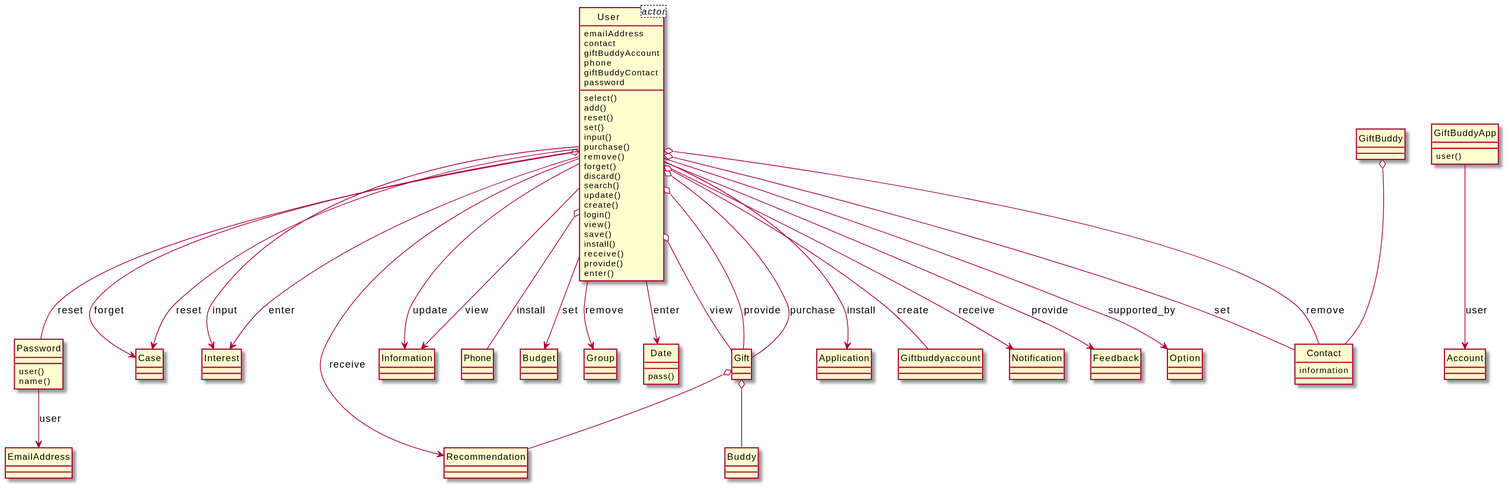
The PlantUML diagram output/diagram_5/2019-USC-Project12.svg in xixixhalu/DomainModelExtractor, before a commit.
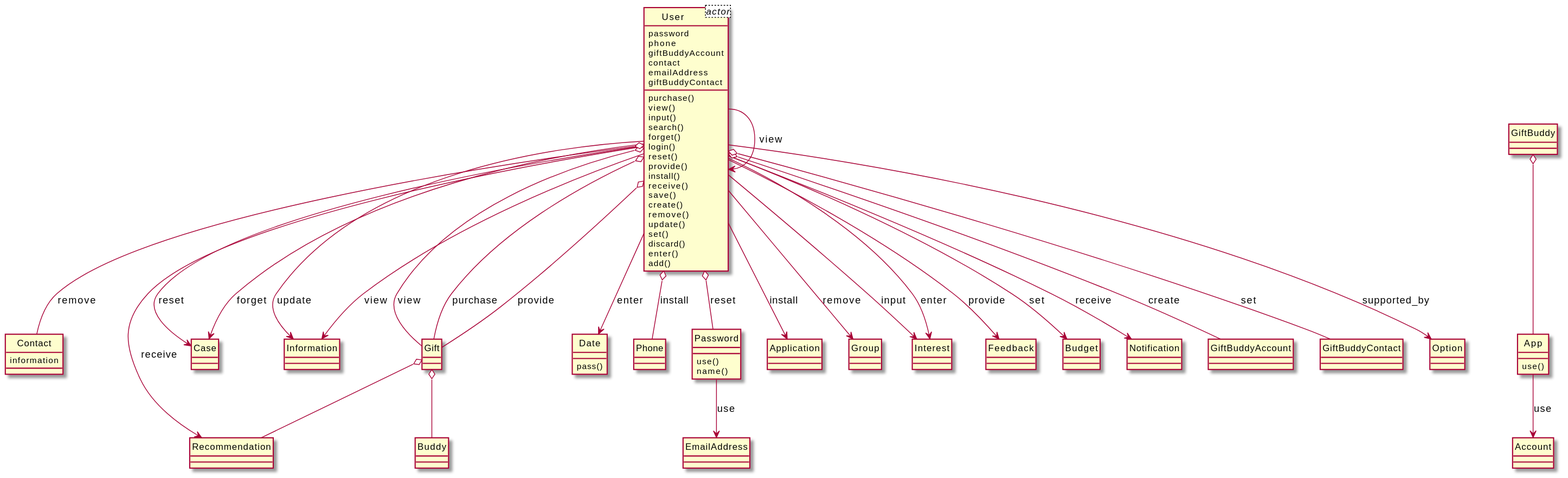
Later version of the same file.

Diff of the diagram source:
```diff
@@ -1,106 +1,108 @@
 @startuml
 hide circle
 class User<actor> {
+	password
+	phone
+	giftBuddyAccount
+	contact
 	emailAddress
-	contact
-	giftBuddyAccount
-	phone
 	giftBuddyContact
-	password
 }
 class Contact {
 	information
 }
 class Buddy {
 }
+class App {
+	use()
+}
 class Recommendation {
 }
 class User {
-	select()
-	add()
+	purchase()
+	view()
+	input()
+	search()
+	forget()
+	login()
 	reset()
-	set()
-	input()
-	purchase()
-	remove()
-	forget()
-	discard()
-	search()
-	update()
-	create()
-	login()
-	view()
-	save()
+	provide()
 	install()
 	receive()
-	provide()
+	save()
+	create()
+	remove()
+	update()
+	set()
+	discard()
 	enter()
+	add()
 }
 class Case {
 }
-class Interest {
+class Information {
 }
-class Password {
-	user()
-	name()
-}
-class GiftBuddyApp {
-	user()
+class Gift {
 }
 class Account {
-}
-class Information {
-}
-class Phone {
-}
-class Budget {
-}
-class Group {
 }
 class Date {
 	pass()
 }
-class Gift {
+class Phone {
+}
+class Password {
+	use()
+	name()
 }
 class Application {
 }
 class EmailAddress {
 }
-class Giftbuddyaccount {
+class Group {
+}
+class Interest {
+}
+class Feedback {
+}
+class Budget {
 }
 class Notification {
 }
-class Feedback {
+class GiftBuddyAccount {
+}
+class GiftBuddyContact {
+}
+class GiftBuddy {
 }
 class Option {
 }
-class GiftBuddy {
-}
+User --> Case : reset
+User --> Interest : input
+User --> Date : enter
+App --> Account : use
+User --> Budget : set
+User --> Recommendation : receive
+User o-- Phone : install
+User --> Notification : receive
+User o-- Password : reset
+User o-- GiftBuddyAccount : create
+User o-- Gift : view
+User --> Information : update
+User o-- GiftBuddyContact : set
+GiftBuddy o-- App
+User --> Application : install
+User o-- Gift : purchase
+Gift o-- Buddy
+Password --> EmailAddress : use
+Gift o-- Recommendation
+User --> Case : forget
+User o-- Contact : remove
+User --> Option : supported_by
+User --> Group : remove
+User --> Interest : enter
+User o-- Gift : provide
+User --> User : view
+User --> Feedback : provide
 User --> Information : view
-User --> Interest : input
-User o-- Contact : remove
-User --> Interest : enter
-User o-- Password : reset
-User --> Date : enter
-User --> Recommendation : receive
-User --> Notification : receive
-User --> Option : supported_by
-User --> Information : update
-User o-- Phone : install
-User o-- Contact : set
-User o-- Gift : provide
-User --> Budget : set
-User --> Feedback : provide
-Gift o-- Buddy
-GiftBuddy o-- Contact
-User --> Group : remove
-User o-- Gift : purchase
-Gift o-- Recommendation
-User --> Application : install
-User o-- Gift : view
-User --> Case : forget
-GiftBuddyApp --> Account : user
-Password --> EmailAddress : user
-User o-- Giftbuddyaccount : create
-User --> Case : reset
 @enduml
```
